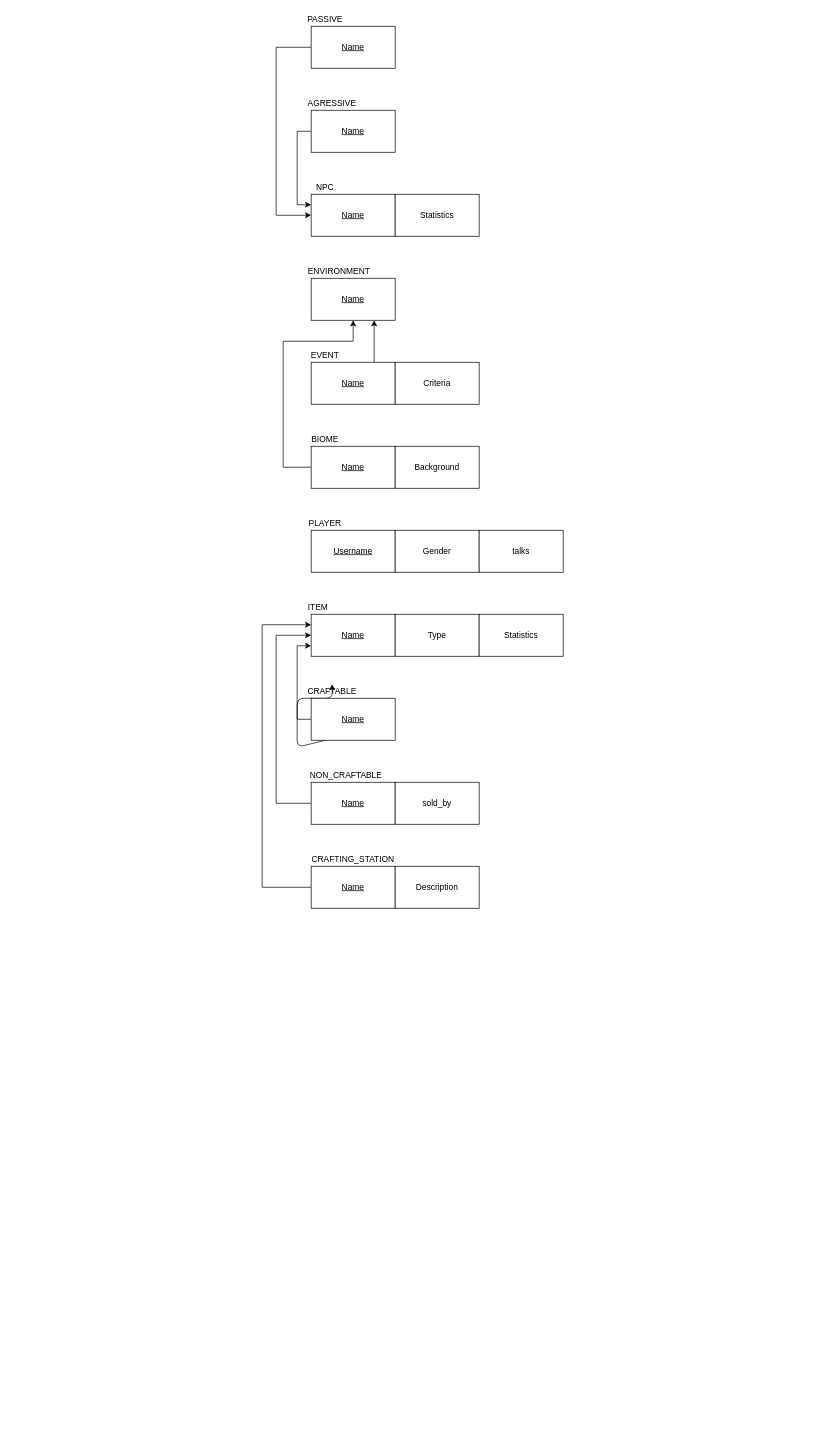
Above: TerrariaMR.drawio in ahridesu/guioes-BD (draw.io), before the change. Source tidied: cells renumbered, new cells numbered last; positions are measured from the earlier drawing's top-left corner, leaving out a move shared by most shapes. Both pictures are drawn from the tidied source at 70%, with x=0, y=0 at pixel (262, 12).
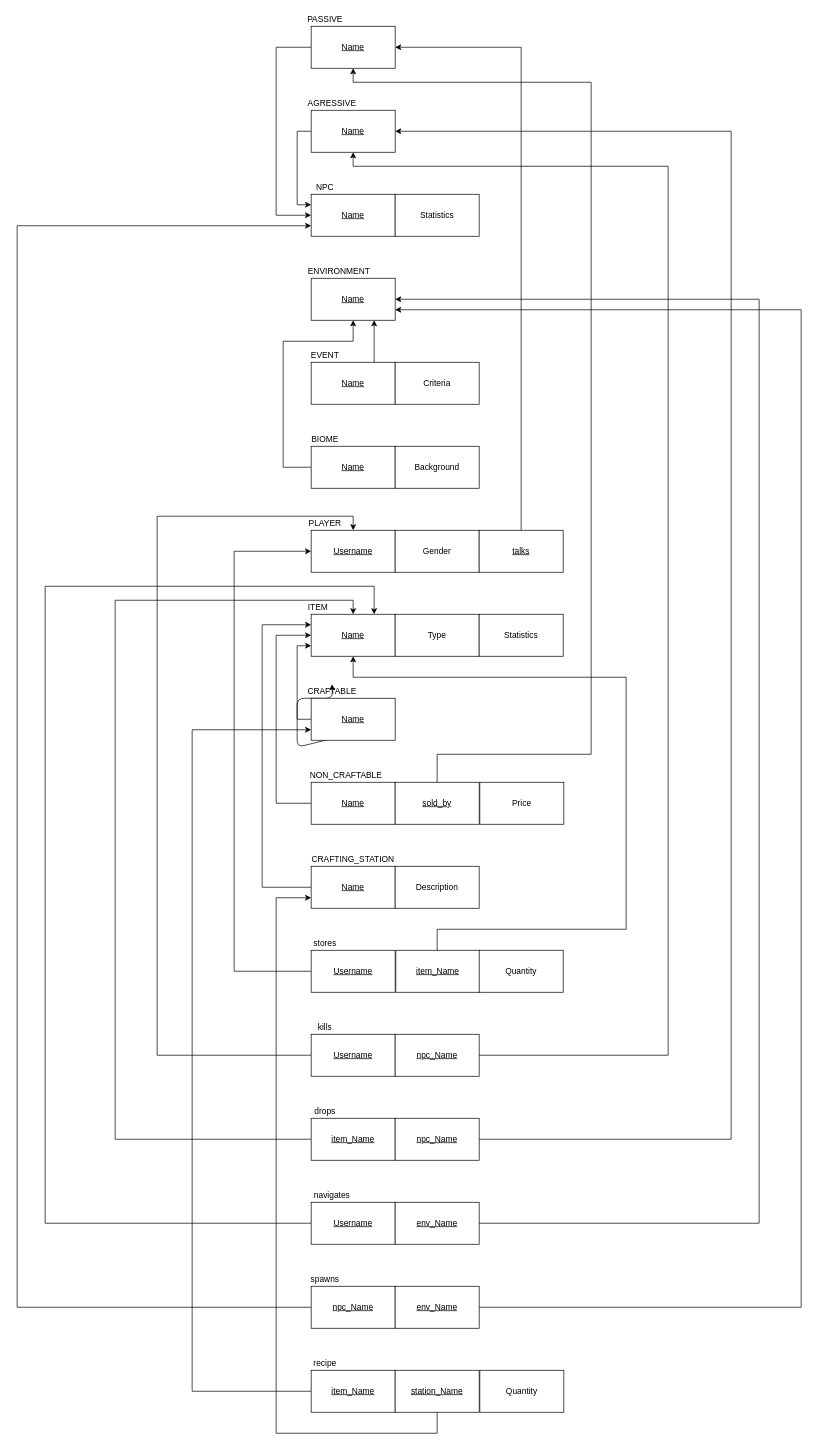
Above is the later version.

Unchanged cells that the change refers to:
```xml
<mxCell id="3" value="&lt;u&gt;Name&lt;/u&gt;" style="rounded=0;whiteSpace=wrap;html=1;" parent="1" vertex="1">
  <mxGeometry x="70" y="380" width="120" height="60" as="geometry" />
</mxCell>
<mxCell id="13" value="&lt;u&gt;Username&lt;/u&gt;" style="rounded=0;whiteSpace=wrap;html=1;" parent="1" vertex="1">
  <mxGeometry x="70" y="740" width="120" height="60" as="geometry" />
</mxCell>
<mxCell id="17" value="&lt;u&gt;Name&lt;/u&gt;" style="rounded=0;whiteSpace=wrap;html=1;" parent="1" vertex="1">
  <mxGeometry x="70" y="260" width="120" height="60" as="geometry" />
</mxCell>
<mxCell id="21" value="&lt;u&gt;Name&lt;/u&gt;" style="rounded=0;whiteSpace=wrap;html=1;" parent="1" vertex="1">
  <mxGeometry x="70" y="140" width="120" height="60" as="geometry" />
</mxCell>
<mxCell id="23" value="&lt;u&gt;Name&lt;/u&gt;" style="rounded=0;whiteSpace=wrap;html=1;" parent="1" vertex="1">
  <mxGeometry x="70" y="20" width="120" height="60" as="geometry" />
</mxCell>
<mxCell id="26" value="&lt;u&gt;Name&lt;/u&gt;" style="rounded=0;whiteSpace=wrap;html=1;" parent="1" vertex="1">
  <mxGeometry x="70" y="860" width="120" height="60" as="geometry" />
</mxCell>
<mxCell id="31" value="&lt;u&gt;Name&lt;/u&gt;" style="rounded=0;whiteSpace=wrap;html=1;" parent="1" vertex="1">
  <mxGeometry x="70" y="980" width="120" height="60" as="geometry" />
</mxCell>
<mxCell id="37" value="&lt;u&gt;Name&lt;/u&gt;" style="rounded=0;whiteSpace=wrap;html=1;" parent="1" vertex="1">
  <mxGeometry x="70" y="1220" width="120" height="60" as="geometry" />
</mxCell>
```

Change to the diagram source:
```diff
@@
+    <mxCell id="41" style="edgeStyle=orthogonalEdgeStyle;rounded=0;jettySize=auto;html=1;exitX=0.5;exitY=0;exitDx=0;exitDy=0;entryX=1;entryY=0.5;entryDx=0;entryDy=0;" parent="1" edge="1" source="16" target="23">
+      <mxGeometry relative="1" as="geometry" />
+    </mxCell>
-    <mxCell id="16" value="talks" style="rounded=0;whiteSpace=wrap;html=1;" parent="1" vertex="1">
+    <mxCell id="16" value="&lt;u&gt;talks&lt;/u&gt;" style="rounded=0;whiteSpace=wrap;html=1;" parent="1" vertex="1">
       <mxGeometry x="310" y="740" width="120" height="60" as="geometry" />
     </mxCell>
@@
+    <mxCell id="42" style="edgeStyle=orthogonalEdgeStyle;rounded=0;jettySize=auto;html=1;exitX=0.5;exitY=0;exitDx=0;exitDy=0;entryX=0.5;entryY=1;entryDx=0;entryDy=0;" parent="1" edge="1" source="40" target="23">
+      <mxGeometry relative="1" as="geometry">
+        <Array as="points">
+          <mxPoint x="250" y="1060" />
+          <mxPoint x="470" y="1060" />
+          <mxPoint x="470" y="100" />
+          <mxPoint x="130" y="100" />
+        </Array>
+      </mxGeometry>
+    </mxCell>
-    <mxCell id="40" value="sold_by" style="rounded=0;whiteSpace=wrap;html=1;" parent="1" vertex="1">
+    <mxCell id="40" value="&lt;u&gt;sold_by&lt;/u&gt;" style="rounded=0;whiteSpace=wrap;html=1;" parent="1" vertex="1">
       <mxGeometry x="190" y="1100" width="120" height="60" as="geometry" />
     </mxCell>
+    <mxCell id="43" style="edgeStyle=orthogonalEdgeStyle;rounded=0;jettySize=auto;html=1;exitX=0;exitY=0.5;exitDx=0;exitDy=0;entryX=0;entryY=0.5;entryDx=0;entryDy=0;" parent="1" edge="1" source="44" target="13">
+      <mxGeometry relative="1" as="geometry">
+        <Array as="points">
+          <mxPoint x="-40" y="1370" />
+          <mxPoint x="-40" y="770" />
+        </Array>
+      </mxGeometry>
+    </mxCell>
+    <mxCell id="44" value="&lt;u&gt;Username&lt;/u&gt;" style="rounded=0;whiteSpace=wrap;html=1;" parent="1" vertex="1">
+      <mxGeometry x="70" y="1340" width="120" height="60" as="geometry" />
+    </mxCell>
+    <mxCell id="45" style="edgeStyle=orthogonalEdgeStyle;rounded=0;jettySize=auto;html=1;exitX=0;exitY=0.5;exitDx=0;exitDy=0;entryX=0.5;entryY=0;entryDx=0;entryDy=0;" parent="1" edge="1" source="46" target="13">
+      <mxGeometry relative="1" as="geometry">
+        <Array as="points">
+          <mxPoint x="-150" y="1490" />
+          <mxPoint x="-150" y="720" />
+          <mxPoint x="130" y="720" />
+        </Array>
+      </mxGeometry>
+    </mxCell>
+    <mxCell id="46" value="&lt;u&gt;Username&lt;/u&gt;" style="rounded=0;whiteSpace=wrap;html=1;" parent="1" vertex="1">
+      <mxGeometry x="70" y="1460" width="120" height="60" as="geometry" />
+    </mxCell>
+    <mxCell id="47" style="edgeStyle=orthogonalEdgeStyle;rounded=0;jettySize=auto;html=1;exitX=0;exitY=0.5;exitDx=0;exitDy=0;entryX=0.5;entryY=0;entryDx=0;entryDy=0;" parent="1" edge="1" source="48" target="26">
+      <mxGeometry relative="1" as="geometry">
+        <Array as="points">
+          <mxPoint x="-210" y="1610" />
+          <mxPoint x="-210" y="840" />
+          <mxPoint x="130" y="840" />
+        </Array>
+      </mxGeometry>
+    </mxCell>
+    <mxCell id="48" value="&lt;u&gt;item_Name&lt;/u&gt;" style="rounded=0;whiteSpace=wrap;html=1;" parent="1" vertex="1">
+      <mxGeometry x="70" y="1580" width="120" height="60" as="geometry" />
+    </mxCell>
+    <mxCell id="49" style="edgeStyle=orthogonalEdgeStyle;rounded=0;jettySize=auto;html=1;exitX=0;exitY=0.5;exitDx=0;exitDy=0;entryX=0.75;entryY=0;entryDx=0;entryDy=0;" parent="1" edge="1" source="50" target="26">
+      <mxGeometry relative="1" as="geometry">
+        <Array as="points">
+          <mxPoint x="-310" y="1730" />
+          <mxPoint x="-310" y="820" />
+          <mxPoint x="160" y="820" />
+        </Array>
+      </mxGeometry>
+    </mxCell>
+    <mxCell id="50" value="&lt;u&gt;Username&lt;/u&gt;" style="rounded=0;whiteSpace=wrap;html=1;" parent="1" vertex="1">
+      <mxGeometry x="70" y="1700" width="120" height="60" as="geometry" />
+    </mxCell>
+    <mxCell id="51" value="stores" style="text;html=1;strokeColor=none;fillColor=none;align=center;verticalAlign=middle;whiteSpace=wrap;rounded=0;" parent="1" vertex="1">
+      <mxGeometry x="70" y="1320" width="40" height="20" as="geometry" />
+    </mxCell>
+    <mxCell id="52" value="kills" style="text;html=1;strokeColor=none;fillColor=none;align=center;verticalAlign=middle;whiteSpace=wrap;rounded=0;" parent="1" vertex="1">
+      <mxGeometry x="70" y="1440" width="40" height="20" as="geometry" />
+    </mxCell>
+    <mxCell id="53" value="drops" style="text;html=1;strokeColor=none;fillColor=none;align=center;verticalAlign=middle;whiteSpace=wrap;rounded=0;" parent="1" vertex="1">
+      <mxGeometry x="70" y="1560" width="40" height="20" as="geometry" />
+    </mxCell>
+    <mxCell id="54" value="navigates" style="text;html=1;strokeColor=none;fillColor=none;align=center;verticalAlign=middle;whiteSpace=wrap;rounded=0;" parent="1" vertex="1">
+      <mxGeometry x="80" y="1680" width="40" height="20" as="geometry" />
+    </mxCell>
+    <mxCell id="55" style="edgeStyle=orthogonalEdgeStyle;rounded=0;jettySize=auto;html=1;exitX=0;exitY=0.5;exitDx=0;exitDy=0;entryX=0;entryY=0.75;entryDx=0;entryDy=0;" parent="1" edge="1" source="56" target="17">
+      <mxGeometry relative="1" as="geometry">
+        <Array as="points">
+          <mxPoint x="-350" y="1850" />
+          <mxPoint x="-350" y="305" />
+        </Array>
+      </mxGeometry>
+    </mxCell>
+    <mxCell id="56" value="&lt;u&gt;npc_Name&lt;/u&gt;" style="rounded=0;whiteSpace=wrap;html=1;" parent="1" vertex="1">
+      <mxGeometry x="70" y="1820" width="120" height="60" as="geometry" />
+    </mxCell>
+    <mxCell id="57" value="spawns" style="text;html=1;strokeColor=none;fillColor=none;align=center;verticalAlign=middle;whiteSpace=wrap;rounded=0;" parent="1" vertex="1">
+      <mxGeometry x="70" y="1800" width="40" height="20" as="geometry" />
+    </mxCell>
+    <mxCell id="58" style="edgeStyle=orthogonalEdgeStyle;rounded=0;jettySize=auto;html=1;exitX=0.5;exitY=0;exitDx=0;exitDy=0;entryX=0.5;entryY=1;entryDx=0;entryDy=0;" parent="1" edge="1" source="59" target="26">
+      <mxGeometry relative="1" as="geometry">
+        <Array as="points">
+          <mxPoint x="250" y="1310" />
+          <mxPoint x="520" y="1310" />
+          <mxPoint x="520" y="950" />
+          <mxPoint x="130" y="950" />
+        </Array>
+      </mxGeometry>
+    </mxCell>
+    <mxCell id="59" value="&lt;u&gt;item_Name&lt;/u&gt;" style="rounded=0;whiteSpace=wrap;html=1;" parent="1" vertex="1">
+      <mxGeometry x="191" y="1340" width="120" height="60" as="geometry" />
+    </mxCell>
+    <mxCell id="60" style="edgeStyle=orthogonalEdgeStyle;rounded=0;jettySize=auto;html=1;exitX=1;exitY=0.5;exitDx=0;exitDy=0;entryX=0.5;entryY=1;entryDx=0;entryDy=0;" parent="1" edge="1" source="61" target="21">
+      <mxGeometry relative="1" as="geometry">
+        <Array as="points">
+          <mxPoint x="580" y="1490" />
+          <mxPoint x="580" y="220" />
+          <mxPoint x="130" y="220" />
+        </Array>
+      </mxGeometry>
+    </mxCell>
+    <mxCell id="61" value="&lt;u&gt;npc_Name&lt;/u&gt;" style="rounded=0;whiteSpace=wrap;html=1;" parent="1" vertex="1">
+      <mxGeometry x="190" y="1460" width="120" height="60" as="geometry" />
+    </mxCell>
+    <mxCell id="62" style="edgeStyle=orthogonalEdgeStyle;rounded=0;jettySize=auto;html=1;exitX=1;exitY=0.5;exitDx=0;exitDy=0;entryX=1;entryY=0.5;entryDx=0;entryDy=0;" parent="1" edge="1" source="63" target="3">
+      <mxGeometry relative="1" as="geometry">
+        <Array as="points">
+          <mxPoint x="710" y="1730" />
+          <mxPoint x="710" y="410" />
+        </Array>
+      </mxGeometry>
+    </mxCell>
+    <mxCell id="63" value="&lt;u&gt;env_Name&lt;/u&gt;" style="rounded=0;whiteSpace=wrap;html=1;" parent="1" vertex="1">
+      <mxGeometry x="190" y="1700" width="120" height="60" as="geometry" />
+    </mxCell>
+    <mxCell id="64" style="edgeStyle=orthogonalEdgeStyle;rounded=0;jettySize=auto;html=1;exitX=1;exitY=0.5;exitDx=0;exitDy=0;entryX=1;entryY=0.75;entryDx=0;entryDy=0;" parent="1" edge="1" source="65" target="3">
+      <mxGeometry relative="1" as="geometry">
+        <Array as="points">
+          <mxPoint x="770" y="1850" />
+          <mxPoint x="770" y="425" />
+        </Array>
+      </mxGeometry>
+    </mxCell>
+    <mxCell id="65" value="&lt;u&gt;env_Name&lt;/u&gt;" style="rounded=0;whiteSpace=wrap;html=1;" parent="1" vertex="1">
+      <mxGeometry x="190" y="1820" width="120" height="60" as="geometry" />
+    </mxCell>
+    <mxCell id="66" style="edgeStyle=orthogonalEdgeStyle;rounded=0;jettySize=auto;html=1;exitX=1;exitY=0.5;exitDx=0;exitDy=0;entryX=1;entryY=0.5;entryDx=0;entryDy=0;" parent="1" edge="1" source="67" target="21">
+      <mxGeometry relative="1" as="geometry">
+        <Array as="points">
+          <mxPoint x="670" y="1610" />
+          <mxPoint x="670" y="170" />
+        </Array>
+      </mxGeometry>
+    </mxCell>
+    <mxCell id="67" value="&lt;u&gt;npc_Name&lt;/u&gt;" style="rounded=0;whiteSpace=wrap;html=1;" parent="1" vertex="1">
+      <mxGeometry x="190" y="1580" width="120" height="60" as="geometry" />
+    </mxCell>
+    <mxCell id="68" value="Quantity" style="rounded=0;whiteSpace=wrap;html=1;" parent="1" vertex="1">
+      <mxGeometry x="310" y="1340" width="120" height="60" as="geometry" />
+    </mxCell>
+    <mxCell id="69" style="edgeStyle=orthogonalEdgeStyle;rounded=0;jettySize=auto;html=1;exitX=0.5;exitY=1;exitDx=0;exitDy=0;entryX=0;entryY=0.75;entryDx=0;entryDy=0;" parent="1" edge="1" source="73" target="37">
+      <mxGeometry relative="1" as="geometry">
+        <Array as="points">
+          <mxPoint x="250" y="2030" />
+          <mxPoint x="20" y="2030" />
+          <mxPoint x="20" y="1265" />
+        </Array>
+      </mxGeometry>
+    </mxCell>
+    <mxCell id="70" style="edgeStyle=orthogonalEdgeStyle;rounded=0;jettySize=auto;html=1;exitX=0;exitY=0.5;exitDx=0;exitDy=0;entryX=0;entryY=0.75;entryDx=0;entryDy=0;" parent="1" edge="1" source="71" target="31">
+      <mxGeometry relative="1" as="geometry">
+        <Array as="points">
+          <mxPoint x="-100" y="1970" />
+          <mxPoint x="-100" y="1025" />
+        </Array>
+      </mxGeometry>
+    </mxCell>
+    <mxCell id="71" value="&lt;u&gt;item_Name&lt;/u&gt;" style="rounded=0;whiteSpace=wrap;html=1;" parent="1" vertex="1">
+      <mxGeometry x="70" y="1940" width="120" height="60" as="geometry" />
+    </mxCell>
+    <mxCell id="72" value="recipe" style="text;html=1;strokeColor=none;fillColor=none;align=center;verticalAlign=middle;whiteSpace=wrap;rounded=0;" parent="1" vertex="1">
+      <mxGeometry x="70" y="1920" width="40" height="20" as="geometry" />
+    </mxCell>
+    <mxCell id="73" value="&lt;u&gt;station_Name&lt;/u&gt;" style="rounded=0;whiteSpace=wrap;html=1;" parent="1" vertex="1">
+      <mxGeometry x="190" y="1940" width="120" height="60" as="geometry" />
+    </mxCell>
+    <mxCell id="74" value="Quantity" style="rounded=0;whiteSpace=wrap;html=1;" parent="1" vertex="1">
+      <mxGeometry x="311" y="1940" width="120" height="60" as="geometry" />
+    </mxCell>
+    <mxCell id="75" value="Price" style="rounded=0;whiteSpace=wrap;html=1;" parent="1" vertex="1">
+      <mxGeometry x="311" y="1100" width="120" height="60" as="geometry" />
+    </mxCell>
```
